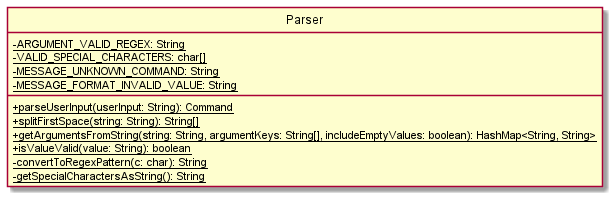
Above: docs/diagrams/class/ParserClassDiagram.png in nus-cs2113-AY2122S1/tp (PlantUML), before the change. Source of this version:
```plantuml
@startuml
!include ClassStyle.puml

class Parser {
    {static} -ARGUMENT_VALID_REGEX: String
    {static} -VALID_SPECIAL_CHARACTERS: char[]
    {static} -MESSAGE_UNKNOWN_COMMAND: String
    {static} -MESSAGE_FORMAT_INVALID_VALUE: String
    {static} +parseUserInput(userInput: String): Command
    {static} +splitFirstSpace(string: String): String[]
    {static} +getArgumentsFromString(string: String, argumentKeys: String[], includeEmptyValues: boolean): HashMap<String, String>
    {static} +isValueValid(value: String): boolean
    {static} -convertToRegexPattern(c: char): String
    {static} -getSpecialCharactersAsString(): String
}

@enduml
```
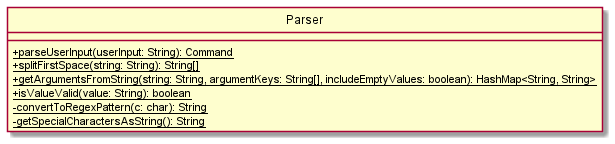
The same file after the commit.

The edit, as a diff of the source:
```diff
@@ -2,10 +2,6 @@
 !include ClassStyle.puml
 
 class Parser {
-    {static} -ARGUMENT_VALID_REGEX: String
-    {static} -VALID_SPECIAL_CHARACTERS: char[]
-    {static} -MESSAGE_UNKNOWN_COMMAND: String
-    {static} -MESSAGE_FORMAT_INVALID_VALUE: String
     {static} +parseUserInput(userInput: String): Command
     {static} +splitFirstSpace(string: String): String[]
     {static} +getArgumentsFromString(string: String, argumentKeys: String[], includeEmptyValues: boolean): HashMap<String, String>
```
